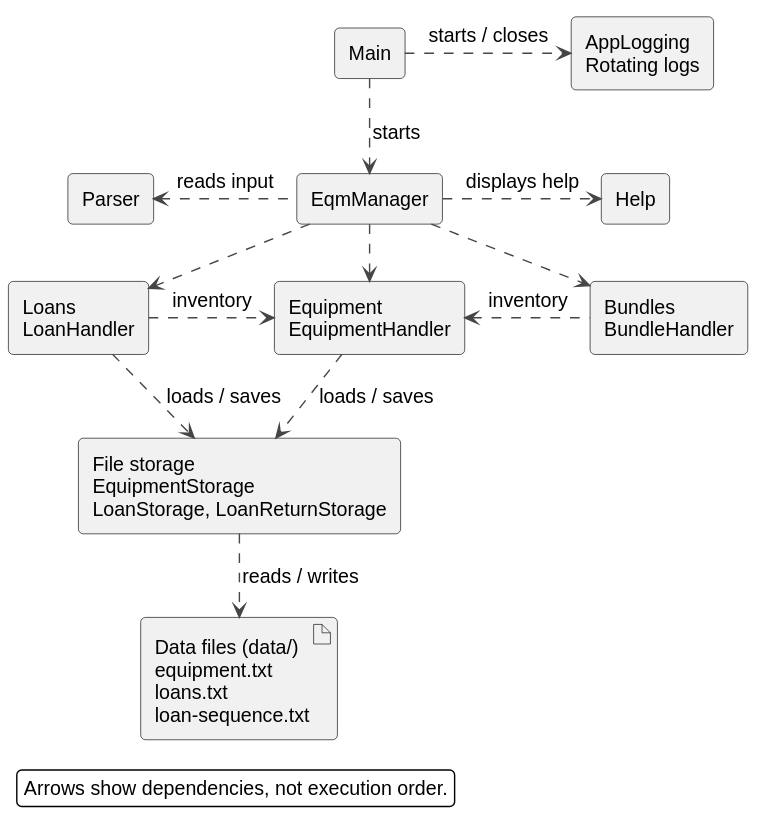
AY2627S1-CS2113-W13-1/tp keeps this PlantUML diagram as docs/images/AppArchitecture.svg. Above is the earlier version.
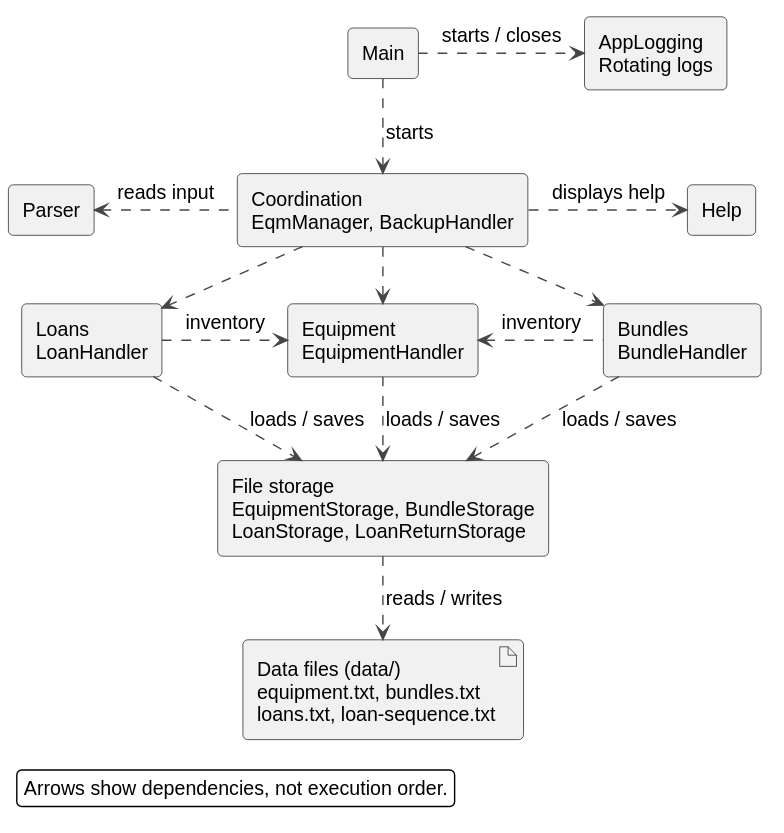
The same diagram one commit later.

What changed in the source:
```diff
@@ -9,7 +9,7 @@
 
 component "Main" as Startup
 component "AppLogging\nRotating logs" as Logging
-component "EqmManager" as Manager
+component "Coordination\nEqmManager, BackupHandler" as Manager
 component "Parser" as Input
 component "Help" as Help
 
@@ -17,8 +17,8 @@
 component "Equipment\nEquipmentHandler" as Equipment
 component "Bundles\nBundleHandler" as Bundles
 
-component "File storage\nEquipmentStorage\nLoanStorage, LoanReturnStorage" as Storage
-artifact "Data files (data/)\nequipment.txt\nloans.txt\nloan-sequence.txt" as Files
+component "File storage\nEquipmentStorage, BundleStorage\nLoanStorage, LoanReturnStorage" as Storage
+artifact "Data files (data/)\nequipment.txt, bundles.txt\nloans.txt, loan-sequence.txt" as Files
 
 Startup ..> Manager : starts
 Startup .right.> Logging : starts / closes
@@ -31,6 +31,7 @@
 Bundles .left.> Equipment : inventory
 Equipment ..> Storage : loads / saves
 Loans ..> Storage : loads / saves
+Bundles ..> Storage : loads / saves
 Storage ..> Files : reads / writes
 
 legend bottom left
```
